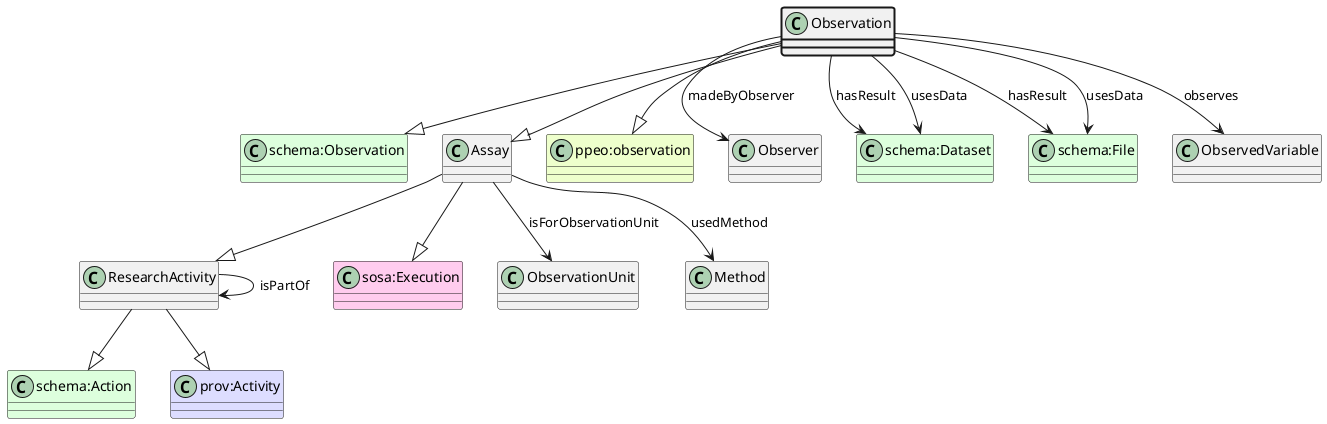
The PlantUML diagram ttl_uml/ttl_appn_Observation.png in aus-plant-phenomics-network/appn-schema, before a commit.
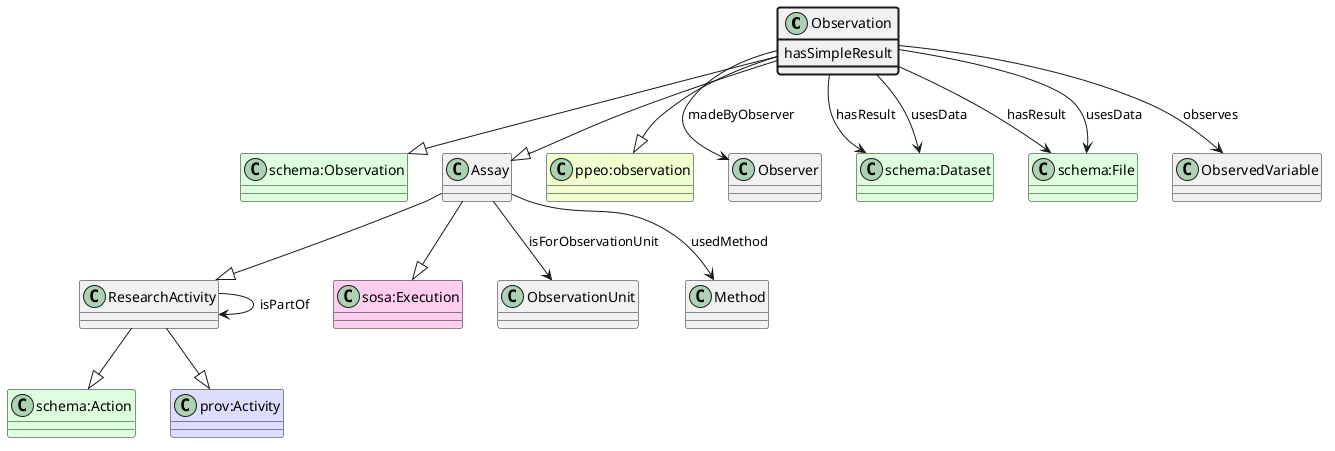
Later version of the same file.

Change to the diagram source:
```diff
@@ -20,6 +20,9 @@
 Observation --> "schema:Dataset" : hasResult
 class "schema:File" #DDFFDD
 Observation --> "schema:File" : hasResult
+class Observation #line.bold {
+    hasSimpleResult
+}
 class "schema:Dataset" #DDFFDD
 Observation --> "schema:Dataset" : usesData
 class "schema:File" #DDFFDD
```
